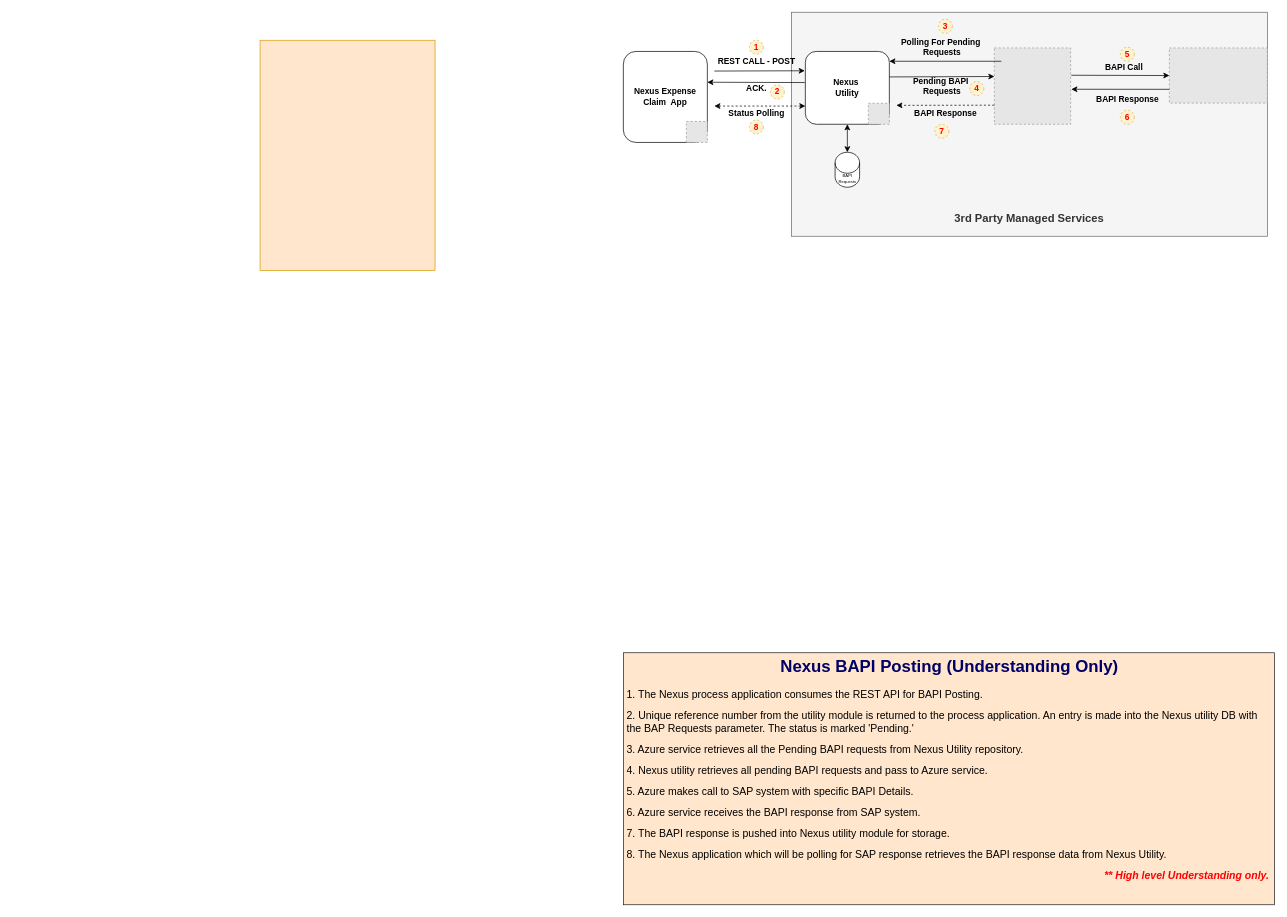
Before: page "BAPI Posting" (2 of 2) of Nexus 4.0 Consulting.drawio in karthiksm2703siemens/Nexus-4.0-Diagrams, a draw.io diagram. Source tidied: cells renumbered, new cells numbered last; positions are measured from the earlier drawing's top-left corner, leaving out a move shared by most shapes. Both pictures are drawn from the tidied source at 70%, with x=0, y=0 at pixel (260, 12). Pictures stored in the file or linked from it are replaced by grey dashed boxes.
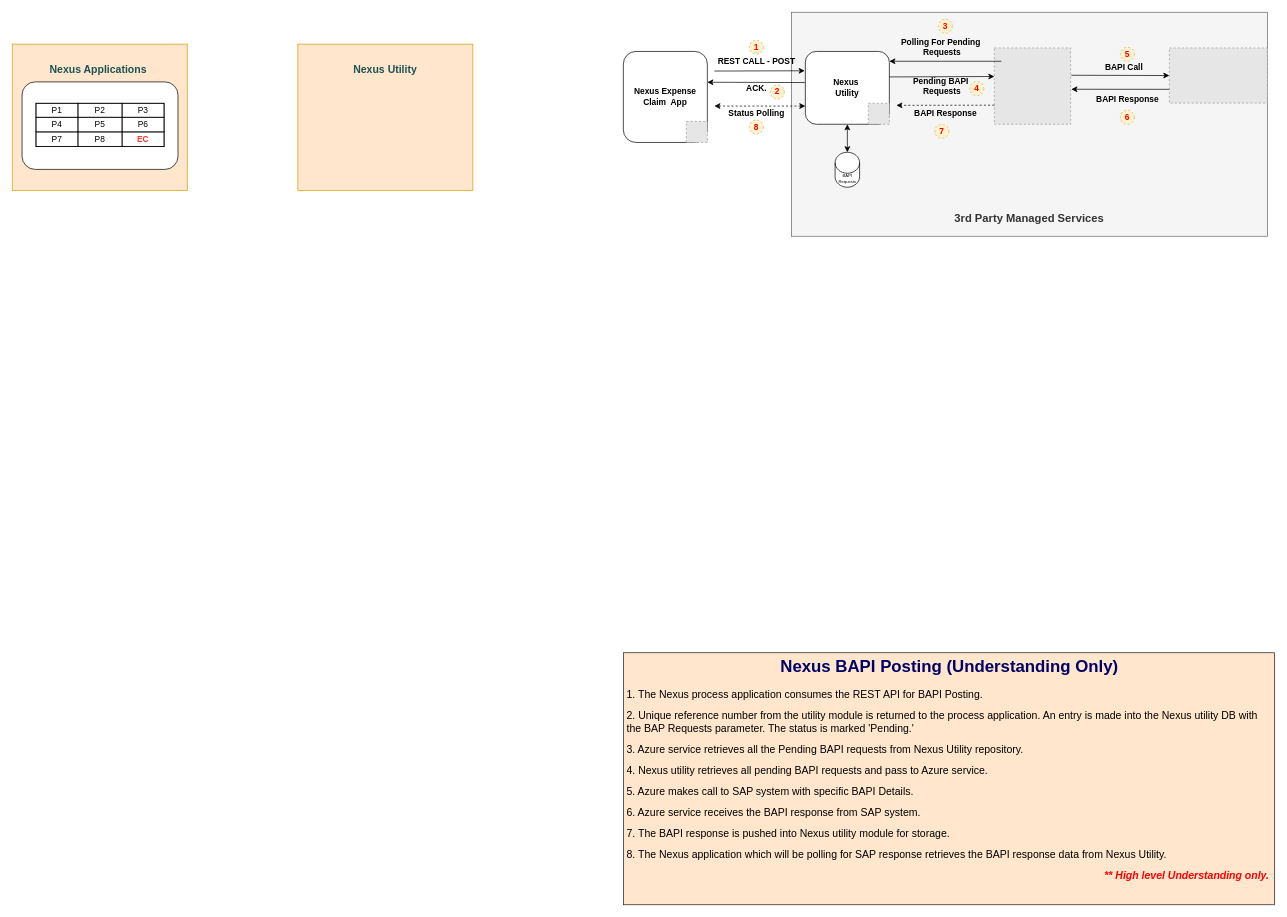
The same page after the edit.

The edit, as a diff of the source:
```diff
@@
     <mxCell id="2" value="&lt;div&gt;&lt;br&gt;&lt;/div&gt;" style="rounded=0;whiteSpace=wrap;html=1;fillColor=#ffe6cc;strokeColor=#d79b00;" parent="1" vertex="1">
-      <mxGeometry y="40" width="250" height="329" as="geometry" />
+      <mxGeometry x="-354" y="45.5" width="250" height="209" as="geometry" />
     </mxCell>
@@
+    <mxCell id="39" value="Nexus Applications" style="text;strokeColor=none;align=center;fillColor=none;html=1;verticalAlign=middle;whiteSpace=wrap;rounded=0;fontFamily=Helvetica;fontSize=15;fontStyle=1;fontColor=#1d5253;" parent="1" vertex="1">
+      <mxGeometry x="-303" y="65.5" width="144" height="30" as="geometry" />
+    </mxCell>
+    <mxCell id="40" value="&lt;div&gt;&lt;br&gt;&lt;/div&gt;&lt;div&gt;&lt;br&gt;&lt;/div&gt;&lt;div&gt;&lt;br&gt;&lt;/div&gt;&lt;div&gt;&lt;br&gt;&lt;/div&gt;" style="rounded=1;whiteSpace=wrap;html=1;" parent="1" vertex="1">
+      <mxGeometry x="-340" y="99.5" width="222.8" height="125" as="geometry" />
+    </mxCell>
+    <mxCell id="41" style="childLayout=tableLayout;shadow=0;fillColor=none;" parent="1" vertex="1">
+      <mxGeometry x="-320.1" y="130" width="183" height="62" as="geometry" />
+    </mxCell>
+    <mxCell id="42" style="shape=tableRow;horizontal=0;startSize=0;swimlaneHead=0;swimlaneBody=0;top=0;left=0;bottom=0;right=0;fontStyle=0;fillColor=none;strokeColor=inherit;" parent="41" vertex="1">
+      <mxGeometry width="183" height="20" as="geometry" />
+    </mxCell>
+    <mxCell id="43" value="P1" style="strokeColor=inherit;fillColor=none;align=center;whiteSpace=wrap;html=1;" parent="42" vertex="1">
+      <mxGeometry width="60" height="20" as="geometry" />
+    </mxCell>
+    <mxCell id="44" value="P2" style="strokeColor=inherit;fillColor=none;align=center;whiteSpace=wrap;html=1;" parent="42" vertex="1">
+      <mxGeometry x="60" width="63" height="20" as="geometry" />
+    </mxCell>
+    <mxCell id="45" value="P3" style="strokeColor=inherit;fillColor=none;align=center;whiteSpace=wrap;html=1;" parent="42" vertex="1">
+      <mxGeometry x="123" width="60" height="20" as="geometry" />
+    </mxCell>
+    <mxCell id="46" style="shape=tableRow;horizontal=0;startSize=0;swimlaneHead=0;swimlaneBody=0;top=0;left=0;bottom=0;right=0;fontStyle=0;fillColor=none;strokeColor=inherit;" parent="41" vertex="1">
+      <mxGeometry y="20" width="183" height="21" as="geometry" />
+    </mxCell>
+    <mxCell id="47" value="P4" style="strokeColor=inherit;fillColor=none;align=center;whiteSpace=wrap;html=1;" parent="46" vertex="1">
+      <mxGeometry width="60" height="21" as="geometry" />
+    </mxCell>
+    <mxCell id="48" value="P5" style="strokeColor=inherit;fillColor=none;align=center;whiteSpace=wrap;html=1;" parent="46" vertex="1">
+      <mxGeometry x="60" width="63" height="21" as="geometry" />
+    </mxCell>
+    <mxCell id="49" value="P6" style="strokeColor=inherit;fillColor=none;align=center;whiteSpace=wrap;html=1;" parent="46" vertex="1">
+      <mxGeometry x="123" width="60" height="21" as="geometry" />
+    </mxCell>
+    <mxCell id="50" style="shape=tableRow;horizontal=0;startSize=0;swimlaneHead=0;swimlaneBody=0;top=0;left=0;bottom=0;right=0;fontStyle=0;fillColor=none;strokeColor=inherit;" parent="41" vertex="1">
+      <mxGeometry y="41" width="183" height="21" as="geometry" />
+    </mxCell>
+    <mxCell id="51" value="P7" style="strokeColor=inherit;fillColor=none;align=center;whiteSpace=wrap;html=1;" parent="50" vertex="1">
+      <mxGeometry width="60" height="21" as="geometry" />
+    </mxCell>
+    <mxCell id="52" value="P8" style="strokeColor=inherit;fillColor=none;align=center;whiteSpace=wrap;html=1;" parent="50" vertex="1">
+      <mxGeometry x="60" width="63" height="21" as="geometry" />
+    </mxCell>
+    <mxCell id="53" value="&lt;font color=&quot;#ff3333&quot;&gt;&lt;b&gt;EC&lt;/b&gt;&lt;/font&gt;" style="strokeColor=inherit;fillColor=none;align=center;whiteSpace=wrap;html=1;" parent="50" vertex="1">
+      <mxGeometry x="123" width="60" height="21" as="geometry" />
+    </mxCell>
+    <mxCell id="54" value="&lt;div&gt;&lt;br&gt;&lt;/div&gt;" style="rounded=0;whiteSpace=wrap;html=1;fillColor=#ffe6cc;strokeColor=#d79b00;" parent="1" vertex="1">
+      <mxGeometry x="54" y="45.5" width="250" height="209" as="geometry" />
+    </mxCell>
+    <mxCell id="55" value="Nexus Utility" style="text;strokeColor=none;align=center;fillColor=none;html=1;verticalAlign=middle;whiteSpace=wrap;rounded=0;fontFamily=Helvetica;fontSize=15;fontStyle=1;fontColor=#1d5253;" parent="1" vertex="1">
+      <mxGeometry x="107" y="65.5" width="144" height="30" as="geometry" />
+    </mxCell>
```
